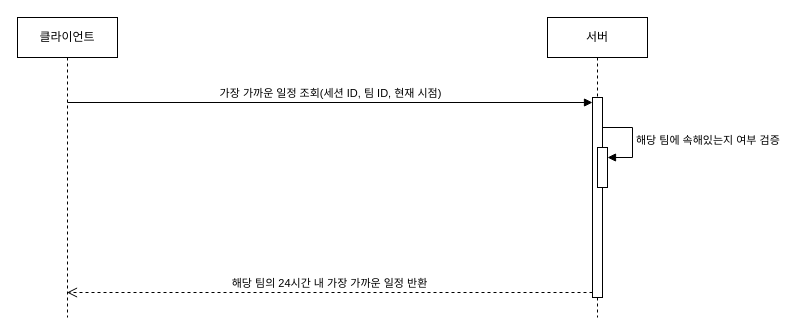
Before: page "가장 가까운 일정 조회 SD" (4 of 10) of docs/일정 관리/일정 관리 SD.drawio in vvsos1/Team5-EQUUS-N, a draw.io diagram. Source tidied: cells renumbered, new cells numbered last; positions are measured from the earlier drawing's top-left corner, leaving out a move shared by most shapes. Both pictures are drawn from the tidied source at 100%, with x=0, y=0 at pixel (17, 17).
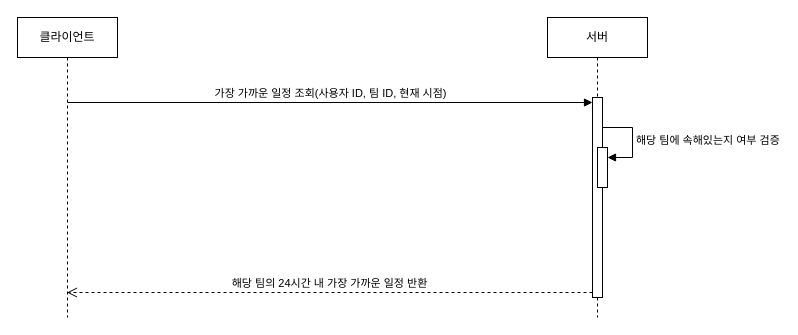
The same page after the edit.

What changed in the source:
```diff
@@
 <mxGraphModel>
   <root>
     <mxCell id="0" />
     <mxCell id="1" parent="0" />
     <mxCell id="2" value="클라이언트" style="shape=umlLifeline;perimeter=lifelinePerimeter;whiteSpace=wrap;html=1;outlineConnect=0;portConstraint=eastwest;newEdgeStyle={&quot;curved&quot;:0,&quot;rounded&quot;:0};" parent="1" vertex="1">
       <mxGeometry width="100" height="300" as="geometry" />
     </mxCell>
     <mxCell id="3" value="서버" style="shape=umlLifeline;perimeter=lifelinePerimeter;whiteSpace=wrap;html=1;newEdgeStyle={&quot;curved&quot;:0,&quot;rounded&quot;:0};" parent="1" vertex="1">
       <mxGeometry x="530" width="100" height="300" as="geometry" />
     </mxCell>
     <mxCell id="4" style="html=1;points=[[0,0,0,0,5],[0,1,0,0,-5],[1,0,0,0,5],[1,1,0,0,-5]];perimeter=orthogonalPerimeter;outlineConnect=0;targetShapes=umlLifeline;portConstraint=eastwest;newEdgeStyle={&quot;curved&quot;:0,&quot;rounded&quot;:0};" parent="3" vertex="1">
       <mxGeometry x="45" y="80" width="10" height="200" as="geometry" />
     </mxCell>
     <mxCell id="5" style="html=1;points=[[0,0,0,0,5],[0,1,0,0,-5],[1,0,0,0,5],[1,1,0,0,-5]];perimeter=orthogonalPerimeter;outlineConnect=0;targetShapes=umlLifeline;portConstraint=eastwest;newEdgeStyle={&quot;curved&quot;:0,&quot;rounded&quot;:0};" parent="3" vertex="1">
       <mxGeometry x="50" y="130" width="10" height="40" as="geometry" />
     </mxCell>
     <mxCell id="6" value="해당 팀에 속해있는지 여부 검증" style="html=1;align=left;spacingLeft=2;endArrow=block;rounded=0;edgeStyle=orthogonalEdgeStyle;curved=0;rounded=0;" parent="3" edge="1" target="5">
       <mxGeometry relative="1" as="geometry">
         <mxPoint x="55" y="110" as="sourcePoint" />
         <Array as="points">
           <mxPoint x="85" y="140" />
         </Array>
       </mxGeometry>
     </mxCell>
-    <mxCell id="7" value="가장 가까운 일정 조회(세션 ID, 팀 ID, 현재 시점)" style="html=1;verticalAlign=bottom;endArrow=block;curved=0;rounded=0;entryX=0;entryY=0;entryDx=0;entryDy=5;" parent="1" edge="1" target="4">
+    <mxCell id="7" value="가장 가까운 일정 조회(사용자 ID, 팀 ID, 현재 시점)" style="html=1;verticalAlign=bottom;endArrow=block;curved=0;rounded=0;entryX=0;entryY=0;entryDx=0;entryDy=5;" parent="1" edge="1" target="4">
       <mxGeometry relative="1" as="geometry">
         <mxPoint x="50" y="85" as="sourcePoint" />
       </mxGeometry>
     </mxCell>
     <mxCell id="8" value="&lt;span style=&quot;text-align: left;&quot;&gt;해당 팀의 24시간 내 가장 가까운 일정 반환&lt;/span&gt;" style="html=1;verticalAlign=bottom;endArrow=open;dashed=1;endSize=8;curved=0;rounded=0;exitX=0;exitY=1;exitDx=0;exitDy=-5;" parent="1" edge="1" source="4" target="2">
       <mxGeometry relative="1" as="geometry" />
     </mxCell>
   </root>
 </mxGraphModel>
```
